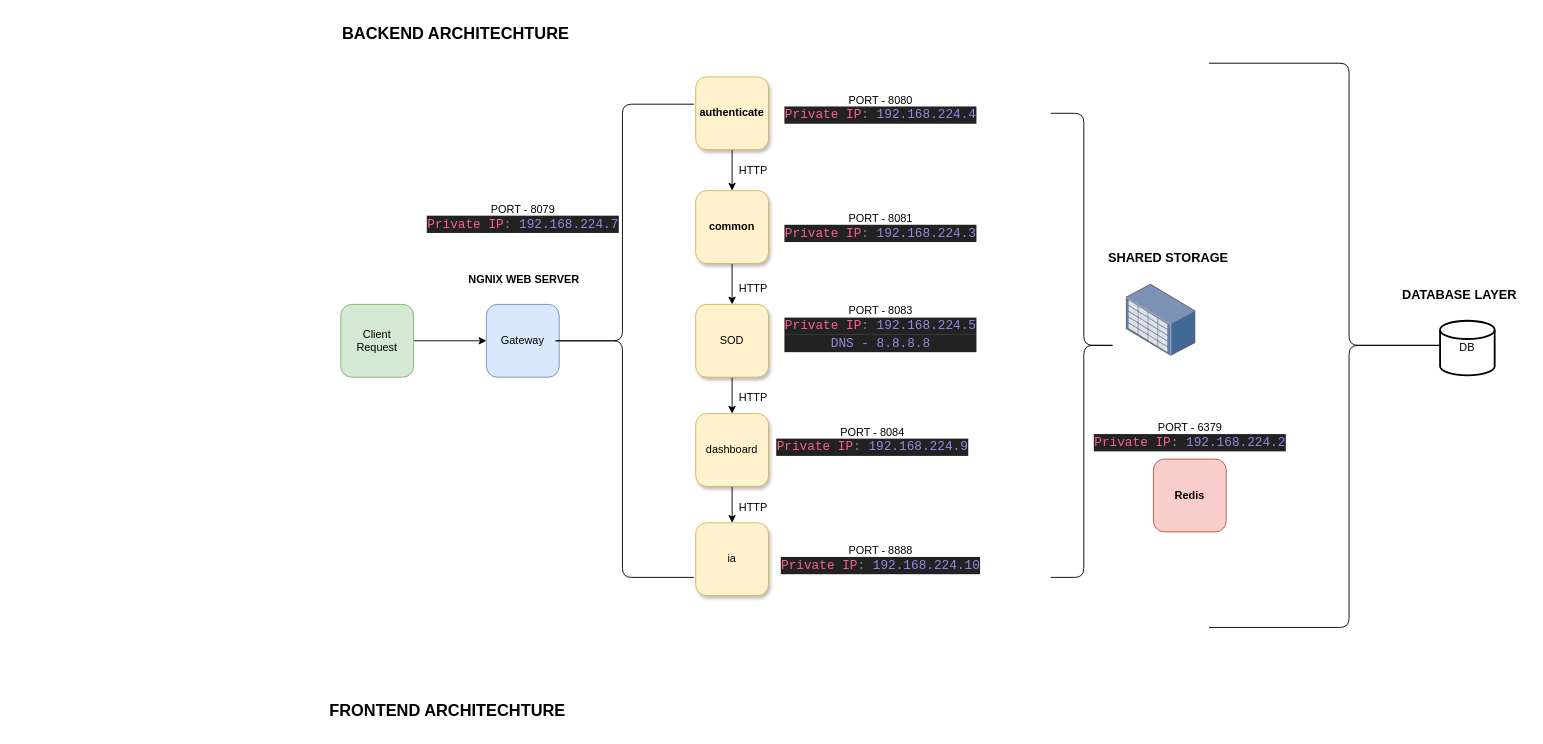
AvikM1996/draw.io keeps this draw.io diagram as Architechture.drawio. Above is the earlier version. Source tidied: cells renumbered, new cells numbered last; positions are measured from the earlier drawing's top-left corner, leaving out a move shared by most shapes. Both pictures are drawn from the tidied source at 91%, with x=0, y=0 at pixel (319, 15).
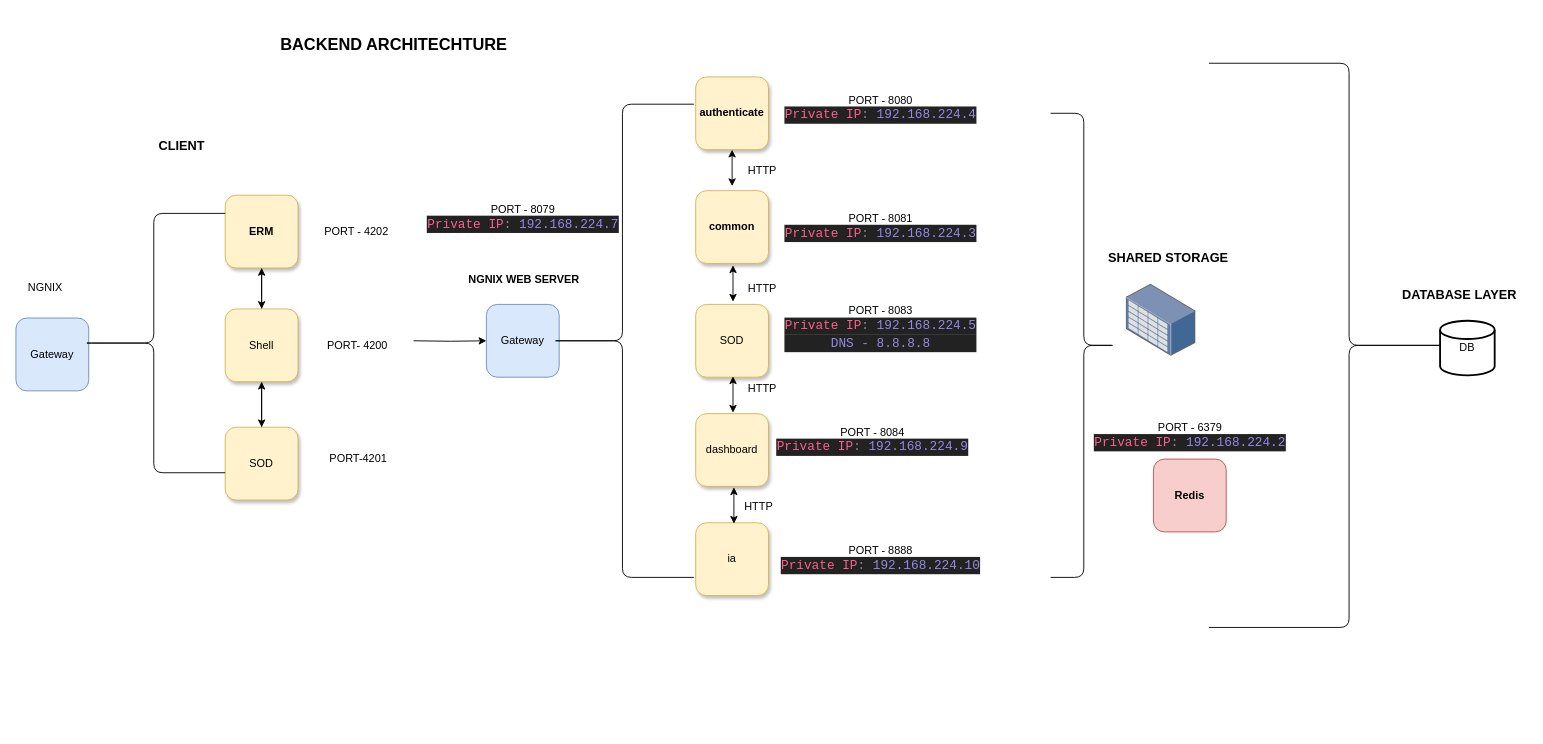
The same page after the edit.

The change refers to these unchanged cells:
```xml
<mxCell id="4" value="Gateway" style="whiteSpace=wrap;html=1;fillColor=#dae8fc;strokeColor=#6c8ebf;rounded=1;" parent="1" vertex="1">
  <mxGeometry x="183" y="317" width="80" height="80" as="geometry" />
</mxCell>
<mxCell id="6" value="&lt;b&gt;authenticate&lt;/b&gt;" style="whiteSpace=wrap;html=1;fillColor=#fff2cc;strokeColor=#d6b656;shadow=1;rounded=1;" parent="1" vertex="1">
  <mxGeometry x="413" y="67" width="80" height="80" as="geometry" />
</mxCell>
<mxCell id="9" value="&lt;b&gt;common&lt;/b&gt;" style="whiteSpace=wrap;html=1;fillColor=#fff2cc;strokeColor=#d6b656;shadow=1;rounded=1;" parent="1" vertex="1">
  <mxGeometry x="413" y="192" width="80" height="80" as="geometry" />
</mxCell>
<mxCell id="11" value="SOD" style="whiteSpace=wrap;html=1;fillColor=#fff2cc;strokeColor=#d6b656;shadow=1;rounded=1;" parent="1" vertex="1">
  <mxGeometry x="413" y="317" width="80" height="80" as="geometry" />
</mxCell>
<mxCell id="13" value="dashboard" style="whiteSpace=wrap;html=1;fillColor=#fff2cc;strokeColor=#d6b656;shadow=1;rounded=1;" parent="1" vertex="1">
  <mxGeometry x="413" y="437" width="80" height="80" as="geometry" />
</mxCell>
<mxCell id="19" value="ia" style="whiteSpace=wrap;html=1;fillColor=#fff2cc;strokeColor=#d6b656;shadow=1;rounded=1;" parent="1" vertex="1">
  <mxGeometry x="413" y="557" width="80" height="80" as="geometry" />
</mxCell>
```

The edit, as a diff of the source:
```diff
@@
-    <mxCell id="2" style="edgeStyle=orthogonalEdgeStyle;rounded=0;jettySize=auto;html=1;" parent="1" edge="1" source="3" target="4">
-      <mxGeometry relative="1" as="geometry" />
+    <mxCell id="2" style="edgeStyle=orthogonalEdgeStyle;rounded=0;jettySize=auto;html=1;" parent="1" edge="1" target="4">
+      <mxGeometry relative="1" as="geometry">
+        <mxPoint x="103" y="357" as="sourcePoint" />
+      </mxGeometry>
     </mxCell>
-    <mxCell id="3" value="Client Request" style="whiteSpace=wrap;html=1;fillColor=#d5e8d4;strokeColor=#82b366;rounded=1;" parent="1" vertex="1">
-      <mxGeometry x="23" y="317" width="80" height="80" as="geometry" />
-    </mxCell>
@@
-    <mxCell id="5" style="edgeStyle=orthogonalEdgeStyle;rounded=0;jettySize=auto;html=1;" parent="1" edge="1" source="6" target="9">
-      <mxGeometry relative="1" as="geometry" />
-    </mxCell>
@@
-    <mxCell id="8" style="edgeStyle=orthogonalEdgeStyle;rounded=0;jettySize=auto;html=1;" parent="1" edge="1" source="9" target="11">
-      <mxGeometry relative="1" as="geometry" />
-    </mxCell>
@@
-    <mxCell id="10" style="edgeStyle=orthogonalEdgeStyle;rounded=0;jettySize=auto;html=1;" parent="1" edge="1" source="11" target="13">
-      <mxGeometry relative="1" as="geometry" />
-    </mxCell>
@@
-    <mxCell id="12" style="edgeStyle=orthogonalEdgeStyle;rounded=0;jettySize=auto;html=1;" parent="1" edge="1" source="13" target="19">
-      <mxGeometry relative="1" as="geometry" />
-    </mxCell>
@@
     <mxCell id="22" value="&lt;b&gt;&lt;font style=&quot;font-size: 18px;&quot;&gt;BACKEND ARCHITECHTURE&lt;/font&gt;&lt;/b&gt;" style="text;html=1;align=center;verticalAlign=middle;strokeColor=none;fillColor=none;" parent="1" vertex="1">
-      <mxGeometry x="14" width="270" height="40" as="geometry" />
+      <mxGeometry x="-54" y="12" width="270" height="40" as="geometry" />
     </mxCell>
@@
-    <mxCell id="31" value="HTTP" style="text;html=1;align=center;verticalAlign=middle;strokeColor=none;fillColor=none;" parent="1" vertex="1">
-      <mxGeometry x="451" y="155" width="50" height="30" as="geometry" />
-    </mxCell>
-    <mxCell id="32" value="HTTP" style="text;html=1;align=center;verticalAlign=middle;strokeColor=none;fillColor=none;" parent="1" vertex="1">
-      <mxGeometry x="451" y="285" width="50" height="30" as="geometry" />
-    </mxCell>
-    <mxCell id="33" value="HTTP" style="text;html=1;align=center;verticalAlign=middle;strokeColor=none;fillColor=none;" parent="1" vertex="1">
-      <mxGeometry x="451" y="405" width="50" height="30" as="geometry" />
-    </mxCell>
-    <mxCell id="34" value="HTTP" style="text;html=1;align=center;verticalAlign=middle;strokeColor=none;fillColor=none;" parent="1" vertex="1">
-      <mxGeometry x="451" y="525" width="50" height="30" as="geometry" />
-    </mxCell>
-    <mxCell id="35" value="&lt;font style=&quot;font-size: 18px;&quot;&gt;&lt;b style=&quot;&quot;&gt;FRONTEND ARCHITECHTURE&lt;/b&gt;&lt;/font&gt;" style="text;html=1;align=center;verticalAlign=middle;strokeColor=none;fillColor=none;" parent="1" vertex="1">
-      <mxGeometry y="744" width="280" height="40" as="geometry" />
-    </mxCell>
+    <mxCell id="36" value="Gateway" style="whiteSpace=wrap;html=1;fillColor=#dae8fc;strokeColor=#6c8ebf;rounded=1;" parent="1" vertex="1">
+      <mxGeometry x="-334" y="332" width="80" height="80" as="geometry" />
+    </mxCell>
+    <mxCell id="37" style="edgeStyle=orthogonalEdgeStyle;rounded=0;jettySize=auto;html=1;" parent="1" edge="1" source="38" target="43">
+      <mxGeometry relative="1" as="geometry" />
+    </mxCell>
+    <mxCell id="38" value="&lt;b&gt;ERM&lt;/b&gt;" style="whiteSpace=wrap;html=1;fillColor=#fff2cc;strokeColor=#d6b656;shadow=1;rounded=1;" parent="1" vertex="1">
+      <mxGeometry x="-104" y="197" width="80" height="80" as="geometry" />
+    </mxCell>
+    <mxCell id="39" style="edgeStyle=orthogonalEdgeStyle;rounded=0;jettySize=auto;html=1;" parent="1" edge="1" source="40" target="43">
+      <mxGeometry relative="1" as="geometry" />
+    </mxCell>
+    <mxCell id="40" value="SOD" style="whiteSpace=wrap;html=1;fillColor=#fff2cc;strokeColor=#d6b656;shadow=1;rounded=1;" parent="1" vertex="1">
+      <mxGeometry x="-104" y="452" width="80" height="80" as="geometry" />
+    </mxCell>
+    <mxCell id="41" style="edgeStyle=orthogonalEdgeStyle;rounded=0;jettySize=auto;html=1;" parent="1" edge="1" source="43" target="40">
+      <mxGeometry relative="1" as="geometry" />
+    </mxCell>
+    <mxCell id="42" style="edgeStyle=orthogonalEdgeStyle;rounded=0;jettySize=auto;html=1;exitX=0.5;exitY=0;exitDx=0;exitDy=0;entryX=0.5;entryY=1;entryDx=0;entryDy=0;" parent="1" edge="1" source="43" target="38">
+      <mxGeometry relative="1" as="geometry" />
+    </mxCell>
+    <mxCell id="43" value="Shell" style="whiteSpace=wrap;html=1;fillColor=#fff2cc;strokeColor=#d6b656;shadow=1;rounded=1;" parent="1" vertex="1">
+      <mxGeometry x="-104" y="322" width="80" height="80" as="geometry" />
+    </mxCell>
+    <mxCell id="44" value="PORT - 4202" style="text;html=1;align=center;verticalAlign=middle;strokeColor=none;fillColor=none;" parent="1" vertex="1">
+      <mxGeometry x="-5" y="222" width="90" height="30" as="geometry" />
+    </mxCell>
+    <mxCell id="45" value="PORT- 4200" style="text;html=1;align=center;verticalAlign=middle;strokeColor=none;fillColor=none;" parent="1" vertex="1">
+      <mxGeometry x="-4" y="347" width="90" height="30" as="geometry" />
+    </mxCell>
+    <mxCell id="46" value="PORT-4201" style="text;html=1;align=center;verticalAlign=middle;strokeColor=none;fillColor=none;" parent="1" vertex="1">
+      <mxGeometry x="-3" y="472" width="90" height="30" as="geometry" />
+    </mxCell>
+    <mxCell id="47" style="shape=curlyBracket;whiteSpace=wrap;html=1;rounded=1;labelPosition=left;verticalLabelPosition=middle;align=right;verticalAlign=middle;" parent="1" vertex="1">
+      <mxGeometry x="-261" y="217" width="157" height="285" as="geometry" />
+    </mxCell>
+    <mxCell id="48" value="NGNIX" style="text;html=1;align=center;verticalAlign=middle;strokeColor=none;fillColor=none;" parent="1" vertex="1">
+      <mxGeometry x="-332" y="284" width="60" height="30" as="geometry" />
+    </mxCell>
+    <mxCell id="49" style="endArrow=classic;startArrow=classic;html=1;rounded=0;" parent="1" edge="1" target="6">
+      <mxGeometry relative="1" as="geometry">
+        <mxPoint x="453" y="187" as="sourcePoint" />
+      </mxGeometry>
+    </mxCell>
+    <mxCell id="50" value="HTTP" style="text;html=1;align=center;verticalAlign=middle;strokeColor=none;fillColor=none;" parent="1" vertex="1">
+      <mxGeometry x="461" y="155" width="50" height="30" as="geometry" />
+    </mxCell>
+    <mxCell id="51" style="endArrow=classic;startArrow=classic;html=1;rounded=0;" parent="1" edge="1">
+      <mxGeometry relative="1" as="geometry">
+        <mxPoint x="454" y="314" as="sourcePoint" />
+        <mxPoint x="454" y="274" as="targetPoint" />
+      </mxGeometry>
+    </mxCell>
+    <mxCell id="52" value="HTTP" style="text;html=1;align=center;verticalAlign=middle;strokeColor=none;fillColor=none;" parent="1" vertex="1">
+      <mxGeometry x="461" y="285" width="50" height="30" as="geometry" />
+    </mxCell>
+    <mxCell id="53" style="endArrow=classic;startArrow=classic;html=1;rounded=0;" parent="1" edge="1">
+      <mxGeometry relative="1" as="geometry">
+        <mxPoint x="454" y="436" as="sourcePoint" />
+        <mxPoint x="454" y="396" as="targetPoint" />
+      </mxGeometry>
+    </mxCell>
+    <mxCell id="54" value="HTTP" style="text;html=1;align=center;verticalAlign=middle;strokeColor=none;fillColor=none;" parent="1" vertex="1">
+      <mxGeometry x="461" y="395" width="50" height="30" as="geometry" />
+    </mxCell>
+    <mxCell id="55" style="endArrow=classic;startArrow=classic;html=1;rounded=0;" parent="1" edge="1">
+      <mxGeometry relative="1" as="geometry">
+        <mxPoint x="455" y="558" as="sourcePoint" />
+        <mxPoint x="455" y="518" as="targetPoint" />
+      </mxGeometry>
+    </mxCell>
+    <mxCell id="56" value="HTTP" style="text;html=1;align=center;verticalAlign=middle;strokeColor=none;fillColor=none;" parent="1" vertex="1">
+      <mxGeometry x="457" y="524" width="50" height="30" as="geometry" />
+    </mxCell>
+    <mxCell id="57" value="&lt;b&gt;&lt;font style=&quot;font-size: 14px;&quot;&gt;CLIENT&lt;/font&gt;&lt;/b&gt;" style="text;html=1;align=center;verticalAlign=middle;strokeColor=none;fillColor=none;" parent="1" vertex="1">
+      <mxGeometry x="-187" y="128" width="70" height="30" as="geometry" />
+    </mxCell>
```
